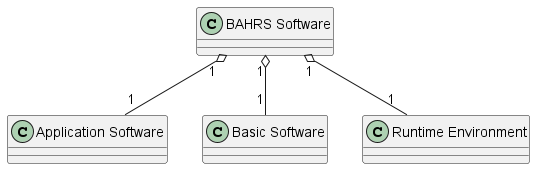
The PlantUML diagram docs/bahrs_sw_class_diagram.png in euler-nav/bahrs-oss, before a commit.
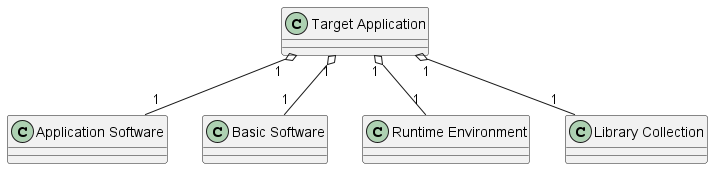
Later version of the same file.

What changed in the source:
```diff
@@ -1,10 +1,12 @@
 @startuml bahrs_sw_class_diagram.png
-class "BAHRS Software" as bahrssw
+class "Target Application" as TargetApp
 class "Application Software" as asw
 class "Basic Software" as bsw
 class "Runtime Environment" as rte
+class "Library Collection" as LibraryCollection
 
-bahrssw "1" o-- "1" asw
-bahrssw "1" o-- "1" bsw
-bahrssw "1" o-- "1" rte
+TargetApp "1" o-- "1" asw
+TargetApp "1" o-- "1" bsw
+TargetApp "1" o-- "1" rte
+TargetApp "1" o-- "1" LibraryCollection
 @enduml
```
